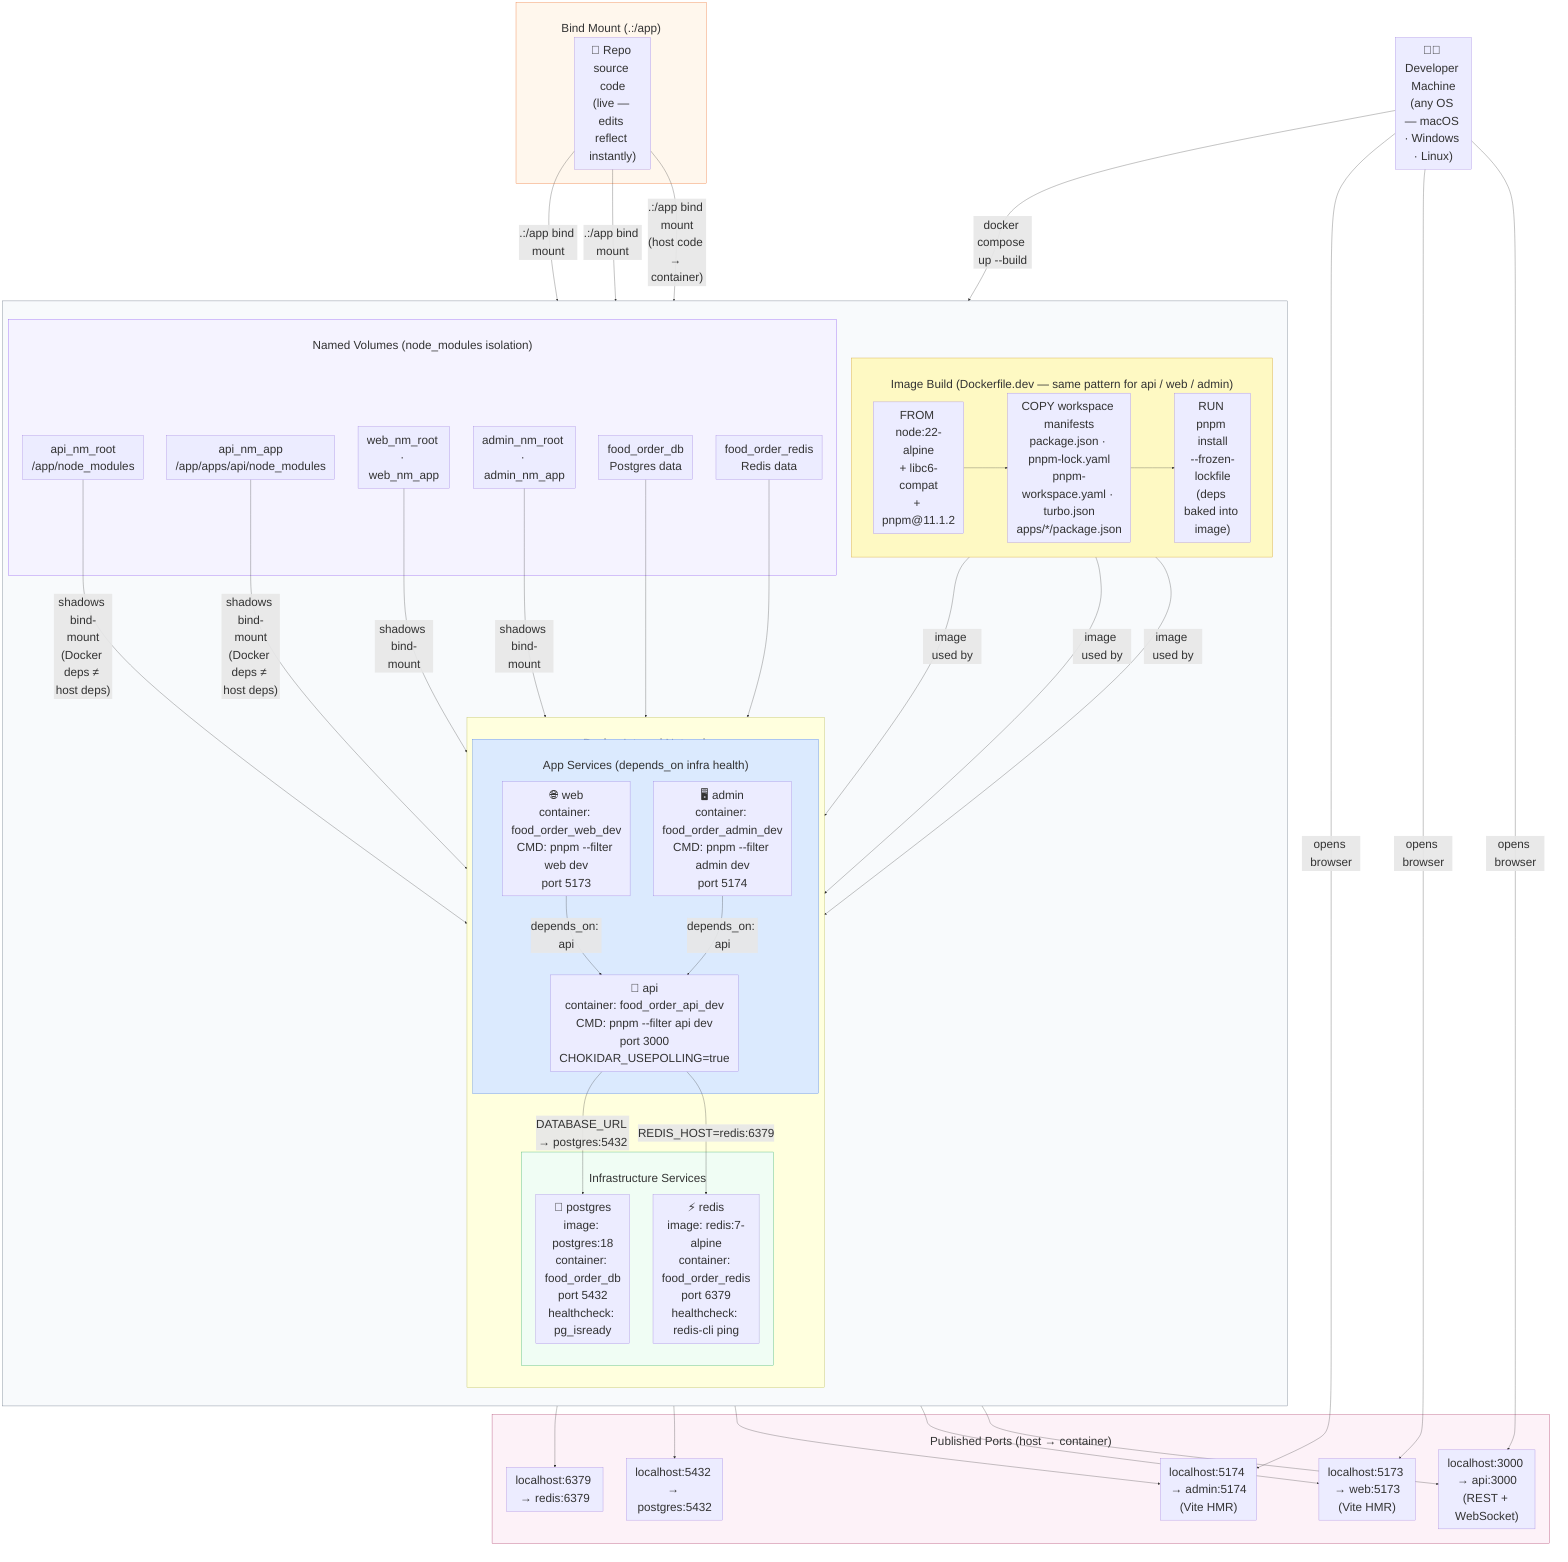
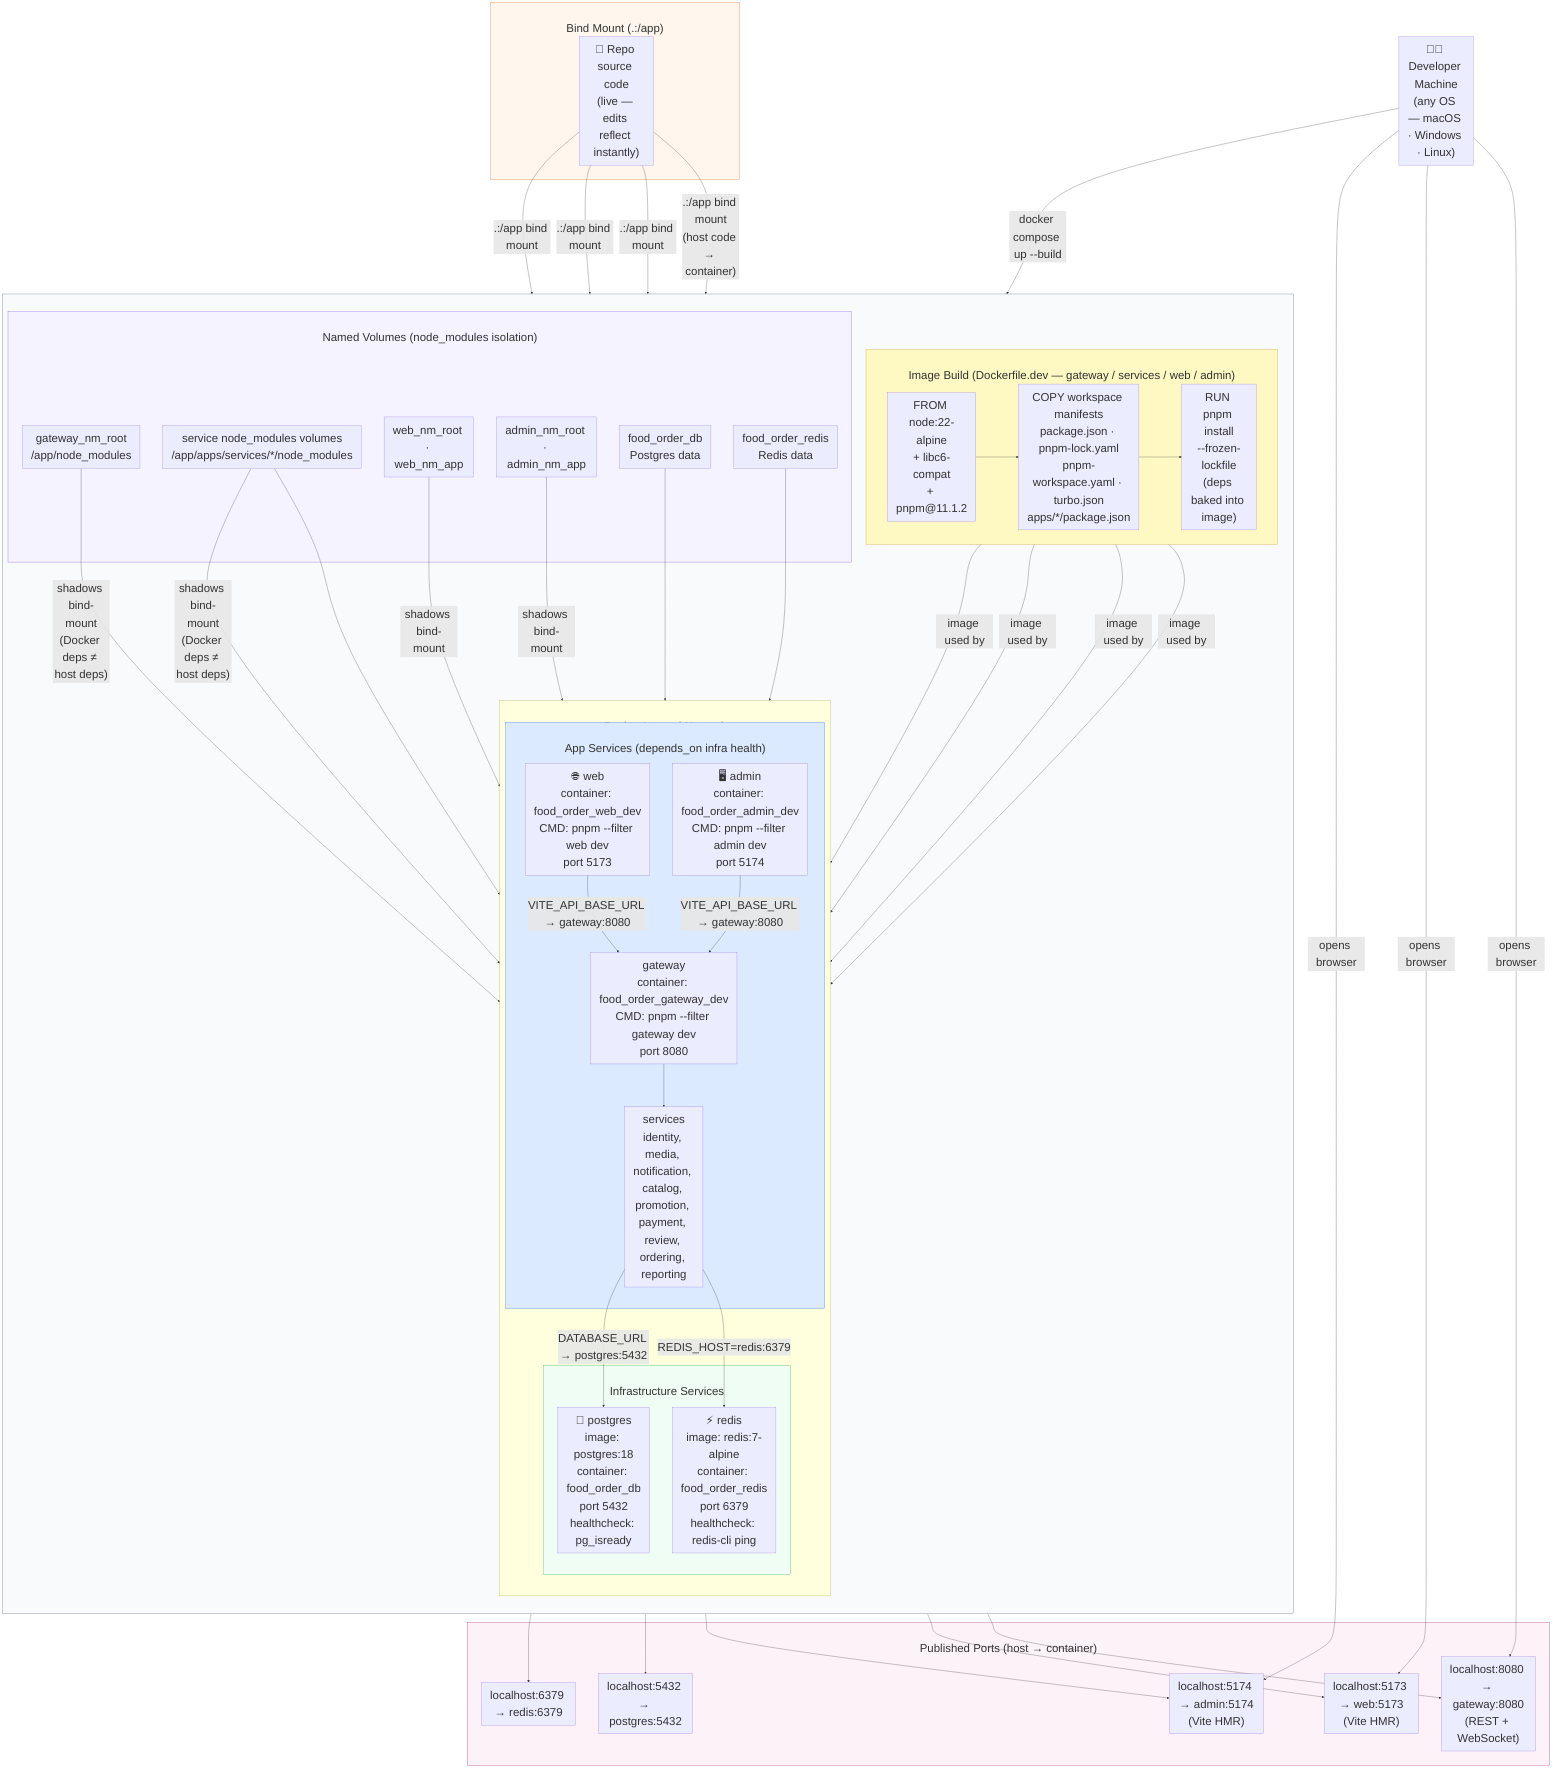
%%{init: {"theme": "default", "themeVariables": {"fontSize": "40px", "fontFamily": "arial"}, "flowchart": {"subGraphTitleMargin": {"top": 60, "bottom": 10}, "nodeSpacing": 80, "rankSpacing": 100}}}%%
graph TB
    DEV["👩‍💻 Developer Machine\n(any OS — macOS · Windows · Linux)"]

    subgraph HOST["Host: docker compose -f docker-compose.dev.yml up --build"]
        direction TB

-         subgraph BUILD["Image Build (Dockerfile.dev — same pattern for api / web / admin)"]
+         subgraph BUILD["Image Build (Dockerfile.dev — gateway / services / web / admin)"]
            direction LR
            BASE["FROM node:22-alpine\n+ libc6-compat\n+ pnpm@11.1.2"]
            COPY_MANIFESTS["COPY workspace manifests\npackage.json · pnpm-lock.yaml\npnpm-workspace.yaml · turbo.json\napps/*/package.json"]
            INSTALL["RUN pnpm install\n--frozen-lockfile\n(deps baked into image)"]
            BASE --> COPY_MANIFESTS --> INSTALL
        end

        subgraph NETWORK["Docker Internal Network"]
            direction TB

            subgraph INFRA["Infrastructure Services"]
                PG["🐘 postgres\nimage: postgres:18\ncontainer: food_order_db\nport 5432\nhealthcheck: pg_isready"]
                RD["⚡ redis\nimage: redis:7-alpine\ncontainer: food_order_redis\nport 6379\nhealthcheck: redis-cli ping"]
            end

            subgraph APPS["App Services  (depends_on infra health)"]
-                 API_C["🔧 api\ncontainer: food_order_api_dev\nCMD: pnpm --filter api dev\nport 3000\nCHOKIDAR_USEPOLLING=true"]
+                 GATEWAY_C["gateway\ncontainer: food_order_gateway_dev\nCMD: pnpm --filter gateway dev\nport 8080"]
+                 SERVICES_C["services\nidentity, media, notification, catalog, promotion, payment, review, ordering, reporting"]
                WEB_C["🌐 web\ncontainer: food_order_web_dev\nCMD: pnpm --filter web dev\nport 5173"]
                ADMIN_C["🖥️ admin\ncontainer: food_order_admin_dev\nCMD: pnpm --filter admin dev\nport 5174"]
            end

-             API_C -- "DATABASE_URL → postgres:5432" --> PG
-             API_C -- "REDIS_HOST=redis:6379" --> RD
-             WEB_C -- "depends_on: api" --> API_C
-             ADMIN_C -- "depends_on: api" --> API_C
+             SERVICES_C -- "DATABASE_URL → postgres:5432" --> PG
+             SERVICES_C -- "REDIS_HOST=redis:6379" --> RD
+             WEB_C -- "VITE_API_BASE_URL → gateway:8080" --> GATEWAY_C
+             ADMIN_C -- "VITE_API_BASE_URL → gateway:8080" --> GATEWAY_C
+             GATEWAY_C --> SERVICES_C
        end

        subgraph VOLUMES["Named Volumes  (node_modules isolation)"]
-             V1["api_nm_root\n/app/node_modules"]
-             V2["api_nm_app\n/app/apps/api/node_modules"]
+             V1["gateway_nm_root\n/app/node_modules"]
+             V2["service node_modules volumes\n/app/apps/services/*/node_modules"]
            V3["web_nm_root · web_nm_app"]
            V4["admin_nm_root · admin_nm_app"]
            V5["food_order_db\nPostgres data"]
            V6["food_order_redis\nRedis data"]
        end
    end

    subgraph BIND["Bind Mount  (.:/app)"]
        SRC["📂 Repo source code\n(live — edits reflect instantly)"]
    end

    subgraph PORTS["Published Ports (host → container)"]
-         P1["localhost:3000 → api:3000\n(REST + WebSocket)"]
+         P1["localhost:8080 → gateway:8080\n(REST + WebSocket)"]
        P2["localhost:5173 → web:5173\n(Vite HMR)"]
        P3["localhost:5174 → admin:5174\n(Vite HMR)"]
        P4["localhost:5432 → postgres:5432"]
        P5["localhost:6379 → redis:6379"]
    end

    DEV -- "docker compose up --build" --> BUILD
-     BUILD -- "image used by" --> API_C
+     BUILD -- "image used by" --> GATEWAY_C
+     BUILD -- "image used by" --> SERVICES_C
    BUILD -- "image used by" --> WEB_C
    BUILD -- "image used by" --> ADMIN_C

-     SRC -- ".:/app bind mount\n(host code → container)" --> API_C
+     SRC -- ".:/app bind mount\n(host code → container)" --> GATEWAY_C
+     SRC -- ".:/app bind mount" --> SERVICES_C
    SRC -- ".:/app bind mount" --> WEB_C
    SRC -- ".:/app bind mount" --> ADMIN_C

-     V1 & V2 -- "shadows bind-mount\n(Docker deps ≠ host deps)" --> API_C
+     V1 & V2 -- "shadows bind-mount\n(Docker deps ≠ host deps)" --> GATEWAY_C
+     V2 --> SERVICES_C
    V3 -- "shadows bind-mount" --> WEB_C
    V4 -- "shadows bind-mount" --> ADMIN_C
    V5 --> PG
    V6 --> RD

-     API_C --> P1
+     GATEWAY_C --> P1
    WEB_C --> P2
    ADMIN_C --> P3
    PG --> P4
    RD --> P5

    DEV -- "opens browser" --> P1
    DEV -- "opens browser" --> P2
    DEV -- "opens browser" --> P3

    style BUILD   fill:#fef9c3,stroke:#ca8a04
    style INFRA   fill:#f0fdf4,stroke:#16a34a
    style APPS    fill:#dbeafe,stroke:#2563eb
    style VOLUMES fill:#f5f3ff,stroke:#7c3aed
    style BIND    fill:#fff7ed,stroke:#ea580c
    style PORTS   fill:#fdf2f8,stroke:#9d174d
    style HOST    fill:#f8fafc,stroke:#475569
